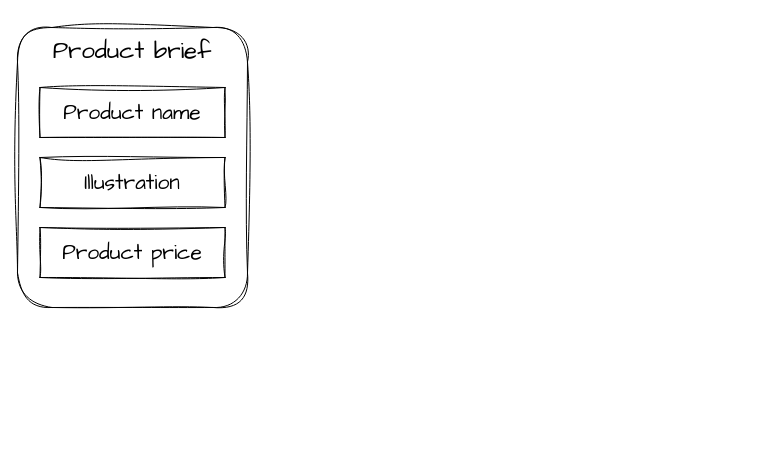
This is content_modeling/modular_content_product_info_example.drawio from Kontent-ai-Learn/kontent-ai-learn-diagrams, a draw.io file, before an edit. Source tidied: cells renumbered, new cells numbered last; positions are measured from the earlier drawing's top-left corner, leaving out a move shared by most shapes. Both pictures are drawn from the tidied source at 100%, with x=0, y=0 at pixel (17, 27).
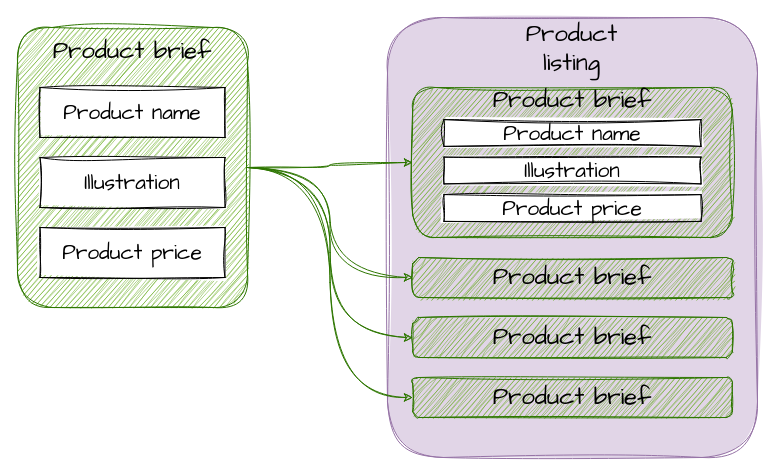
The same page after the edit.

Change to the diagram source:
```diff
@@
+    <mxCell id="10" style="rounded=1;whiteSpace=wrap;html=1;sketch=1;hachureGap=4;jiggle=2;fontFamily=Architects Daughter;fontSize=21;fillColor=#e1d5e7;strokeColor=#9673a6;fillStyle=solid;" parent="1" vertex="1">
+      <mxGeometry x="370" y="-10" width="370" height="440" as="geometry" />
+    </mxCell>
+    <mxCell id="11" value="Product listing" style="text;html=1;strokeColor=none;fillColor=none;align=center;verticalAlign=middle;whiteSpace=wrap;rounded=0;sketch=1;hachureGap=4;jiggle=2;fontFamily=Architects Daughter;fontSize=24;" parent="1" vertex="1">
+      <mxGeometry x="479.3" y="6" width="151.4" height="30" as="geometry" />
+    </mxCell>
+    <mxCell id="12" style="rounded=1;whiteSpace=wrap;html=1;sketch=1;hachureGap=4;jiggle=2;fontFamily=Architects Daughter;fontSize=20;fillStyle=auto;fillColor=#60a917;strokeColor=#2D7600;fontColor=#ffffff;" parent="1" vertex="1">
+      <mxGeometry x="395.2" y="230" width="319.6" height="40" as="geometry" />
+    </mxCell>
+    <mxCell id="13" value="Product brief" style="text;html=1;strokeColor=none;fillColor=none;align=center;verticalAlign=middle;whiteSpace=wrap;rounded=0;sketch=1;hachureGap=4;jiggle=2;fontFamily=Architects Daughter;fontSize=24;" parent="1" vertex="1">
+      <mxGeometry x="423" y="242" width="264" height="16.1" as="geometry" />
+    </mxCell>
+    <mxCell id="14" style="rounded=1;whiteSpace=wrap;html=1;sketch=1;hachureGap=4;jiggle=2;fontFamily=Architects Daughter;fontSize=20;fillStyle=auto;fillColor=#60a917;strokeColor=#2D7600;fontColor=#ffffff;" parent="1" vertex="1">
+      <mxGeometry x="395.2" y="290" width="319.6" height="40" as="geometry" />
+    </mxCell>
+    <mxCell id="15" value="Product brief" style="text;html=1;strokeColor=none;fillColor=none;align=center;verticalAlign=middle;whiteSpace=wrap;rounded=0;sketch=1;hachureGap=4;jiggle=2;fontFamily=Architects Daughter;fontSize=24;" parent="1" vertex="1">
+      <mxGeometry x="423" y="302" width="264" height="16.1" as="geometry" />
+    </mxCell>
+    <mxCell id="16" style="rounded=1;whiteSpace=wrap;html=1;sketch=1;hachureGap=4;jiggle=2;fontFamily=Architects Daughter;fontSize=20;fillStyle=auto;fillColor=#60a917;strokeColor=#2D7600;fontColor=#ffffff;" parent="1" vertex="1">
+      <mxGeometry x="395.2" y="350" width="319.6" height="40" as="geometry" />
+    </mxCell>
+    <mxCell id="17" value="Product brief" style="text;html=1;strokeColor=none;fillColor=none;align=center;verticalAlign=middle;whiteSpace=wrap;rounded=0;sketch=1;hachureGap=4;jiggle=2;fontFamily=Architects Daughter;fontSize=24;" parent="1" vertex="1">
+      <mxGeometry x="423" y="362" width="264" height="16.1" as="geometry" />
+    </mxCell>
+    <mxCell id="18" style="edgeStyle=orthogonalEdgeStyle;rounded=0;sketch=1;hachureGap=4;jiggle=2;jettySize=auto;html=1;exitX=1;exitY=0.5;exitDx=0;exitDy=0;entryX=0;entryY=0.5;entryDx=0;entryDy=0;fontFamily=Architects Daughter;fontSize=24;elbow=vertical;curved=1;fillColor=#60a917;strokeColor=#2D7600;" parent="1" edge="1" source="2" target="22">
+      <mxGeometry relative="1" as="geometry" />
+    </mxCell>
+    <mxCell id="19" style="edgeStyle=orthogonalEdgeStyle;rounded=0;sketch=1;hachureGap=4;jiggle=2;jettySize=auto;html=1;exitX=1;exitY=0.5;exitDx=0;exitDy=0;entryX=0;entryY=0.5;entryDx=0;entryDy=0;fontFamily=Architects Daughter;fontSize=24;elbow=vertical;curved=1;fillColor=#60a917;strokeColor=#2D7600;" parent="1" edge="1" source="2" target="12">
+      <mxGeometry relative="1" as="geometry" />
+    </mxCell>
+    <mxCell id="20" style="edgeStyle=orthogonalEdgeStyle;rounded=0;sketch=1;hachureGap=4;jiggle=2;jettySize=auto;html=1;exitX=1;exitY=0.5;exitDx=0;exitDy=0;entryX=0;entryY=0.5;entryDx=0;entryDy=0;fontFamily=Architects Daughter;fontSize=24;elbow=vertical;curved=1;fillColor=#60a917;strokeColor=#2D7600;" parent="1" edge="1" source="2" target="14">
+      <mxGeometry relative="1" as="geometry" />
+    </mxCell>
+    <mxCell id="21" style="edgeStyle=orthogonalEdgeStyle;rounded=0;sketch=1;hachureGap=4;jiggle=2;jettySize=auto;html=1;exitX=1;exitY=0.5;exitDx=0;exitDy=0;entryX=0;entryY=0.5;entryDx=0;entryDy=0;fontFamily=Architects Daughter;fontSize=24;elbow=vertical;curved=1;fillColor=#60a917;strokeColor=#2D7600;" parent="1" edge="1" source="2" target="16">
+      <mxGeometry relative="1" as="geometry" />
+    </mxCell>
-    <mxCell id="2" style="rounded=1;whiteSpace=wrap;html=1;sketch=1;hachureGap=4;jiggle=2;fontFamily=Architects Daughter;fontSize=20;" parent="1" vertex="1">
+    <mxCell id="2" style="rounded=1;whiteSpace=wrap;html=1;sketch=1;hachureGap=4;jiggle=2;fontFamily=Architects Daughter;fontSize=20;fillColor=#60a917;strokeColor=#2D7600;fontColor=#ffffff;" parent="1" vertex="1">
       <mxGeometry width="230" height="280" as="geometry" />
     </mxCell>
@@
+    <mxCell id="22" style="rounded=1;whiteSpace=wrap;html=1;sketch=1;hachureGap=4;jiggle=2;fontFamily=Architects Daughter;fontSize=20;fillColor=#60a917;fillStyle=auto;strokeColor=#2D7600;fontColor=#ffffff;" parent="1" vertex="1">
+      <mxGeometry x="395.2" y="60" width="319.5" height="150" as="geometry" />
+    </mxCell>
+    <mxCell id="23" value="Product brief" style="text;html=1;strokeColor=none;fillColor=none;align=center;verticalAlign=middle;whiteSpace=wrap;rounded=0;sketch=1;hachureGap=4;jiggle=2;fontFamily=Architects Daughter;fontSize=24;" parent="1" vertex="1">
+      <mxGeometry x="423" y="64.8" width="264" height="16.1" as="geometry" />
+    </mxCell>
+    <mxCell id="24" style="rounded=0;whiteSpace=wrap;html=1;sketch=1;hachureGap=4;jiggle=2;fontFamily=Architects Daughter;fontSize=24;" parent="1" vertex="1">
+      <mxGeometry x="426.5" y="92.1" width="257" height="26.8" as="geometry" />
+    </mxCell>
+    <mxCell id="25" value="Product name" style="text;html=1;strokeColor=none;fillColor=none;align=center;verticalAlign=middle;whiteSpace=wrap;rounded=0;sketch=1;hachureGap=4;jiggle=2;fontFamily=Architects Daughter;fontSize=21;" parent="1" vertex="1">
+      <mxGeometry x="450.8" y="97.5" width="208.4" height="16.1" as="geometry" />
+    </mxCell>
+    <mxCell id="26" style="rounded=0;whiteSpace=wrap;html=1;sketch=1;hachureGap=4;jiggle=2;fontFamily=Architects Daughter;fontSize=24;" parent="1" vertex="1">
+      <mxGeometry x="426.5" y="129.6" width="257" height="26.8" as="geometry" />
+    </mxCell>
+    <mxCell id="27" value="Illustration" style="text;html=1;strokeColor=none;fillColor=none;align=center;verticalAlign=middle;whiteSpace=wrap;rounded=0;sketch=1;hachureGap=4;jiggle=2;fontFamily=Architects Daughter;fontSize=21;" parent="1" vertex="1">
+      <mxGeometry x="450.8" y="135" width="208.4" height="16.1" as="geometry" />
+    </mxCell>
+    <mxCell id="28" style="rounded=0;whiteSpace=wrap;html=1;sketch=1;hachureGap=4;jiggle=2;fontFamily=Architects Daughter;fontSize=24;" parent="1" vertex="1">
+      <mxGeometry x="426.5" y="167.1" width="257" height="26.8" as="geometry" />
+    </mxCell>
+    <mxCell id="29" value="Product price" style="text;html=1;strokeColor=none;fillColor=none;align=center;verticalAlign=middle;whiteSpace=wrap;rounded=0;sketch=1;hachureGap=4;jiggle=2;fontFamily=Architects Daughter;fontSize=21;" parent="1" vertex="1">
+      <mxGeometry x="450.8" y="172.5" width="208.4" height="16.1" as="geometry" />
+    </mxCell>
```
